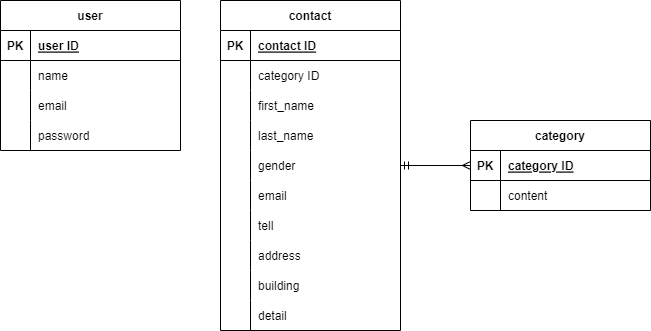
Earlier version of the draw.io export er.drawio.png (gh-sugiura/php). Source tidied: cells renumbered, new cells last; positions are measured from the earlier drawing's top-left corner, leaving out a move shared by most shapes.
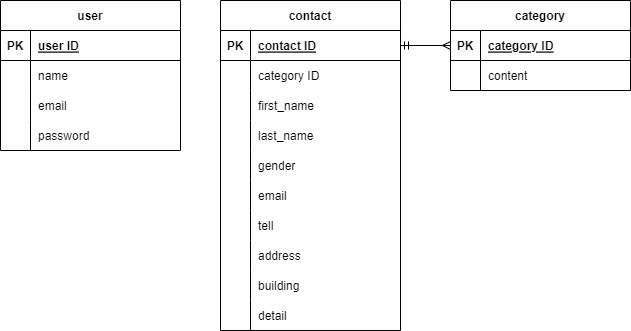
After the change.

What changed in the source:
```diff
@@ -1,4 +1,4 @@
-<mxGraphModel background="#ffffff">
+<mxGraphModel>
   <root>
     <mxCell id="0" />
     <mxCell id="1" parent="0" />
@@ -96,7 +96,7 @@
       <mxGeometry x="30" width="150" height="30" as="geometry" />
     </mxCell>
     <mxCell id="33" value="category" style="shape=table;startSize=30;rowLines=0;fontStyle=1;align=center;" parent="1" vertex="1">
-      <mxGeometry x="470" y="120" width="180" height="90" as="geometry" />
+      <mxGeometry x="450" width="180" height="90" as="geometry" />
     </mxCell>
     <mxCell id="34" style="shape=tableRow;horizontal=0;startSize=0;swimlaneHead=0;swimlaneBody=0;fillColor=none;points=[[0,0.5],[1,0.5]];portConstraint=eastwest;top=0;left=0;right=0;bottom=1;" parent="33" vertex="1">
       <mxGeometry y="30" width="180" height="30" as="geometry" />
@@ -155,7 +155,7 @@
     <mxCell id="52" value="password" style="shape=partialRectangle;fillColor=none;top=0;left=0;bottom=0;right=0;align=left;spacingLeft=6;overflow=hidden;" parent="50" vertex="1">
       <mxGeometry x="30" width="150" height="30" as="geometry" />
     </mxCell>
-    <mxCell id="53" style="fontSize=12;html=1;endArrow=ERmany;startArrow=ERmandOne;endFill=0;entryX=0;entryY=0.5;entryDx=0;entryDy=0;exitX=1;exitY=0.5;exitDx=0;exitDy=0;" parent="1" edge="1" source="15" target="34">
+    <mxCell id="53" style="fontSize=12;html=1;endArrow=ERmany;startArrow=ERmandOne;endFill=0;exitX=1;exitY=0.5;exitDx=0;exitDy=0;" parent="1" edge="1" source="3" target="33">
       <mxGeometry relative="1" as="geometry" />
     </mxCell>
   </root>
```
